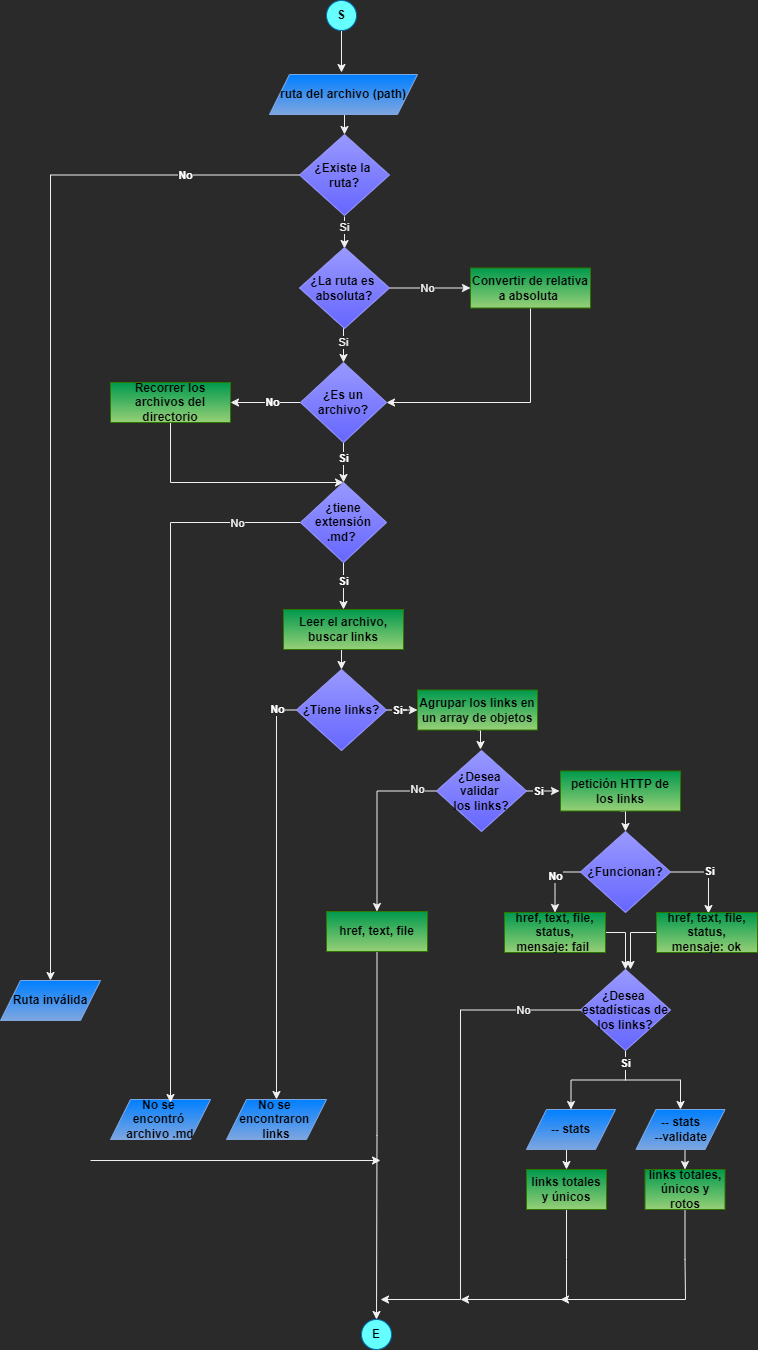
Earlier version of the draw.io export images/diagrama de flujo markdown link.png (daniandp/LIM018-md-links). Source tidied: cells renumbered, new cells last; positions are measured from the earlier drawing's top-left corner, leaving out a move shared by most shapes.
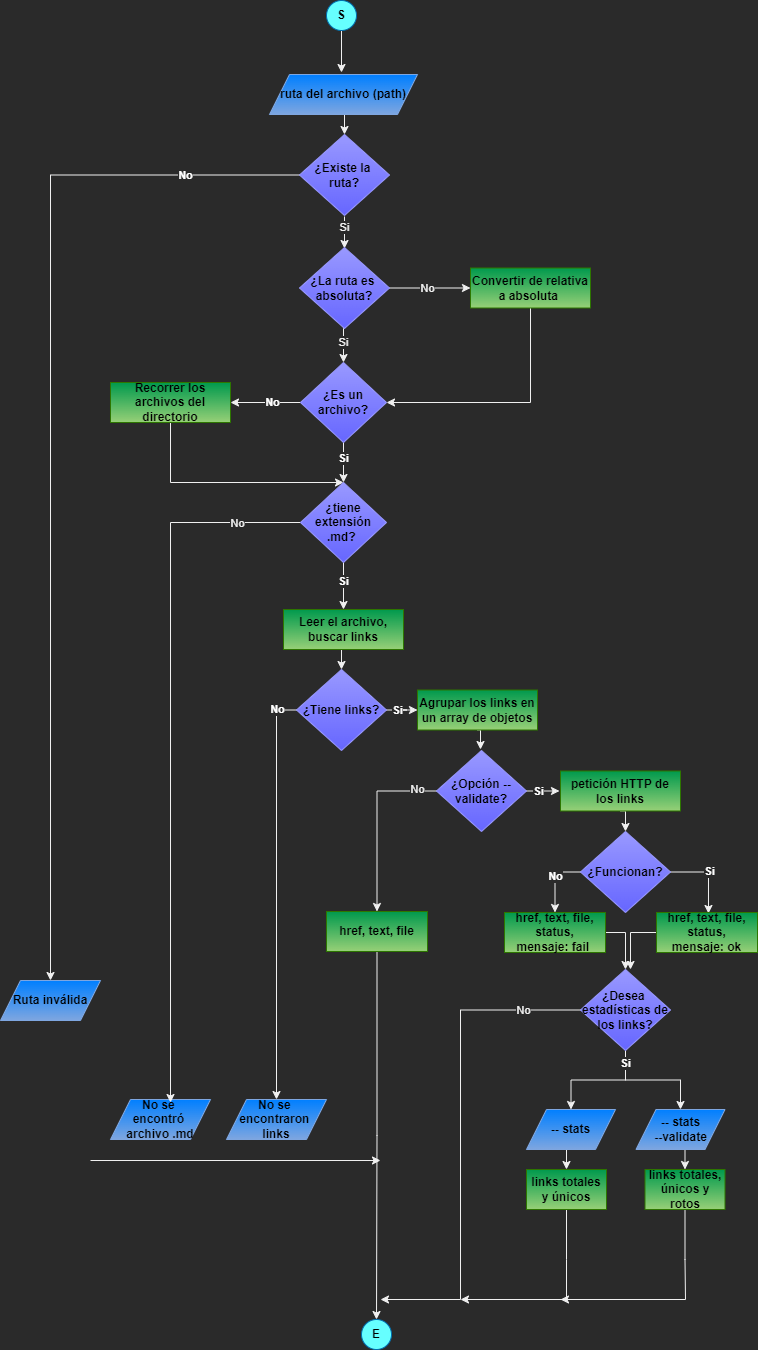
Later version of the same file.

Commit message:
se actualiza imagen del diagrama de flujo

Change to the diagram source:
```diff
@@ -158,7 +158,7 @@
         <mxPoint x="-5" as="offset" />
       </mxGeometry>
     </mxCell>
-    <mxCell id="41" value="¿Desea &lt;br&gt;validar &lt;br&gt;los links?" style="rhombus;whiteSpace=wrap;html=1;fillStyle=auto;rounded=0;verticalAlign=middle;fontSize=12;fillColor=#9999FF;gradientColor=#6666FF;strokeColor=#9999FF;fontStyle=1;fontColor=#000000;" parent="1" vertex="1">
+    <mxCell id="41" value="¿Opción --validate?" style="rhombus;whiteSpace=wrap;html=1;fillStyle=auto;rounded=0;verticalAlign=middle;fontSize=12;fillColor=#9999FF;gradientColor=#6666FF;strokeColor=#9999FF;fontStyle=1;fontColor=#000000;" parent="1" vertex="1">
       <mxGeometry x="436" y="750" width="90" height="81" as="geometry" />
     </mxCell>
     <mxCell id="42" style="edgeStyle=orthogonalEdgeStyle;rounded=0;jettySize=auto;html=1;exitX=0;exitY=0.5;exitDx=0;exitDy=0;fontStyle=1;fontColor=#000000;" parent="1" edge="1" source="43">
```
